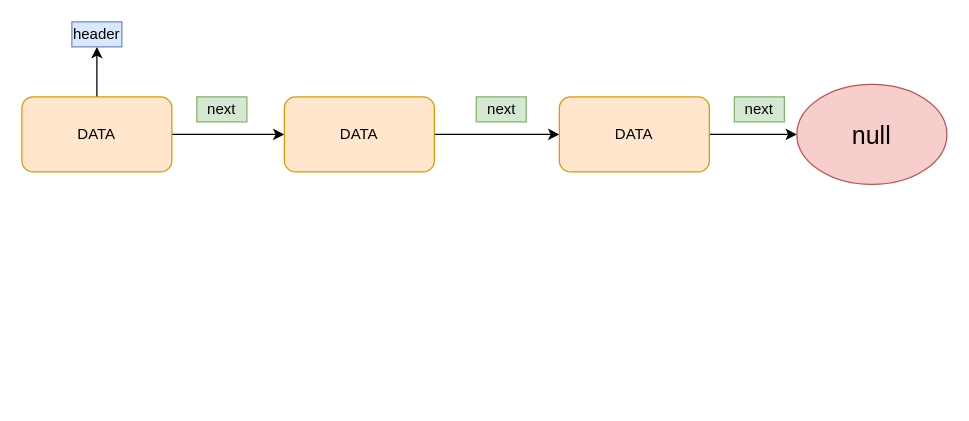
The draw.io diagram demo/Untitled Diagram.drawio in hz199/hz_blog, before the edit. Source tidied: cells renumbered, new cells numbered last; positions are measured from the earlier drawing's top-left corner, leaving out a move shared by most shapes. Both pictures are drawn from the tidied source at 125%, with x=0, y=0 at pixel (21, 21).
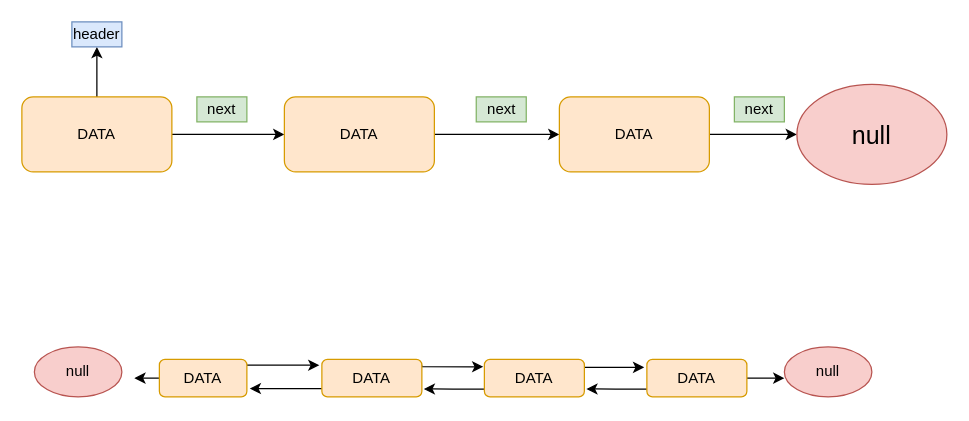
The same diagram, later.

The edit, as a diff of the source:
```diff
@@
+    <mxCell id="15" style="edgeStyle=orthogonalEdgeStyle;rounded=0;jettySize=auto;html=1;entryX=-0.025;entryY=0.156;entryDx=0;entryDy=0;entryPerimeter=0;" parent="1" edge="1" source="17" target="20">
+      <mxGeometry relative="1" as="geometry">
+        <Array as="points">
+          <mxPoint x="180" y="275" />
+        </Array>
+      </mxGeometry>
+    </mxCell>
+    <mxCell id="16" style="edgeStyle=orthogonalEdgeStyle;rounded=0;jettySize=auto;html=1;" parent="1" edge="1" source="17">
+      <mxGeometry relative="1" as="geometry">
+        <mxPoint x="90" y="285" as="targetPoint" />
+      </mxGeometry>
+    </mxCell>
+    <mxCell id="17" value="DATA" style="rounded=1;whiteSpace=wrap;html=1;fillColor=#ffe6cc;strokeColor=#d79b00;" parent="1" vertex="1">
+      <mxGeometry x="110" y="270" width="70" height="30" as="geometry" />
+    </mxCell>
+    <mxCell id="18" style="edgeStyle=orthogonalEdgeStyle;rounded=0;jettySize=auto;html=1;entryX=1.033;entryY=0.778;entryDx=0;entryDy=0;entryPerimeter=0;" parent="1" edge="1" source="20" target="17">
+      <mxGeometry relative="1" as="geometry">
+        <Array as="points">
+          <mxPoint x="240" y="293" />
+        </Array>
+      </mxGeometry>
+    </mxCell>
+    <mxCell id="19" style="edgeStyle=orthogonalEdgeStyle;rounded=0;jettySize=auto;html=1;entryX=-0.011;entryY=0.197;entryDx=0;entryDy=0;entryPerimeter=0;exitX=0.998;exitY=0.143;exitDx=0;exitDy=0;exitPerimeter=0;" parent="1" edge="1" source="20" target="23">
+      <mxGeometry relative="1" as="geometry">
+        <Array as="points">
+          <mxPoint x="320" y="276" />
+        </Array>
+      </mxGeometry>
+    </mxCell>
+    <mxCell id="20" value="DATA" style="rounded=1;whiteSpace=wrap;html=1;fillColor=#ffe6cc;strokeColor=#d79b00;" parent="1" vertex="1">
+      <mxGeometry x="240" y="270" width="80" height="30" as="geometry" />
+    </mxCell>
+    <mxCell id="21" style="edgeStyle=orthogonalEdgeStyle;rounded=0;jettySize=auto;html=1;entryX=-0.027;entryY=0.213;entryDx=0;entryDy=0;entryPerimeter=0;" parent="1" edge="1" source="23" target="26">
+      <mxGeometry relative="1" as="geometry">
+        <Array as="points">
+          <mxPoint x="475" y="276" />
+        </Array>
+      </mxGeometry>
+    </mxCell>
+    <mxCell id="22" style="edgeStyle=orthogonalEdgeStyle;rounded=0;jettySize=auto;html=1;entryX=1.019;entryY=0.789;entryDx=0;entryDy=0;entryPerimeter=0;" parent="1" edge="1" source="23" target="20">
+      <mxGeometry relative="1" as="geometry">
+        <Array as="points">
+          <mxPoint x="345" y="294" />
+        </Array>
+      </mxGeometry>
+    </mxCell>
+    <mxCell id="23" value="DATA" style="rounded=1;whiteSpace=wrap;html=1;fillColor=#ffe6cc;strokeColor=#d79b00;" parent="1" vertex="1">
+      <mxGeometry x="370" y="270" width="80" height="30" as="geometry" />
+    </mxCell>
+    <mxCell id="24" style="edgeStyle=orthogonalEdgeStyle;rounded=0;jettySize=auto;html=1;" parent="1" edge="1" source="26">
+      <mxGeometry relative="1" as="geometry">
+        <mxPoint x="610" y="285" as="targetPoint" />
+      </mxGeometry>
+    </mxCell>
+    <mxCell id="25" style="edgeStyle=orthogonalEdgeStyle;rounded=0;jettySize=auto;html=1;entryX=1.02;entryY=0.789;entryDx=0;entryDy=0;entryPerimeter=0;" parent="1" edge="1" source="26" target="23">
+      <mxGeometry relative="1" as="geometry">
+        <Array as="points">
+          <mxPoint x="475" y="294" />
+        </Array>
+      </mxGeometry>
+    </mxCell>
+    <mxCell id="26" value="DATA" style="rounded=1;whiteSpace=wrap;html=1;fillColor=#ffe6cc;strokeColor=#d79b00;" parent="1" vertex="1">
+      <mxGeometry x="500" y="270" width="80" height="30" as="geometry" />
+    </mxCell>
+    <mxCell id="27" value="null" style="ellipse;whiteSpace=wrap;html=1;fillColor=#f8cecc;strokeColor=#b85450;" parent="1" vertex="1">
+      <mxGeometry x="10" y="260" width="70" height="40" as="geometry" />
+    </mxCell>
+    <mxCell id="28" value="null" style="ellipse;whiteSpace=wrap;html=1;fillColor=#f8cecc;strokeColor=#b85450;" parent="1" vertex="1">
+      <mxGeometry x="610" y="260" width="70" height="40" as="geometry" />
+    </mxCell>
```
